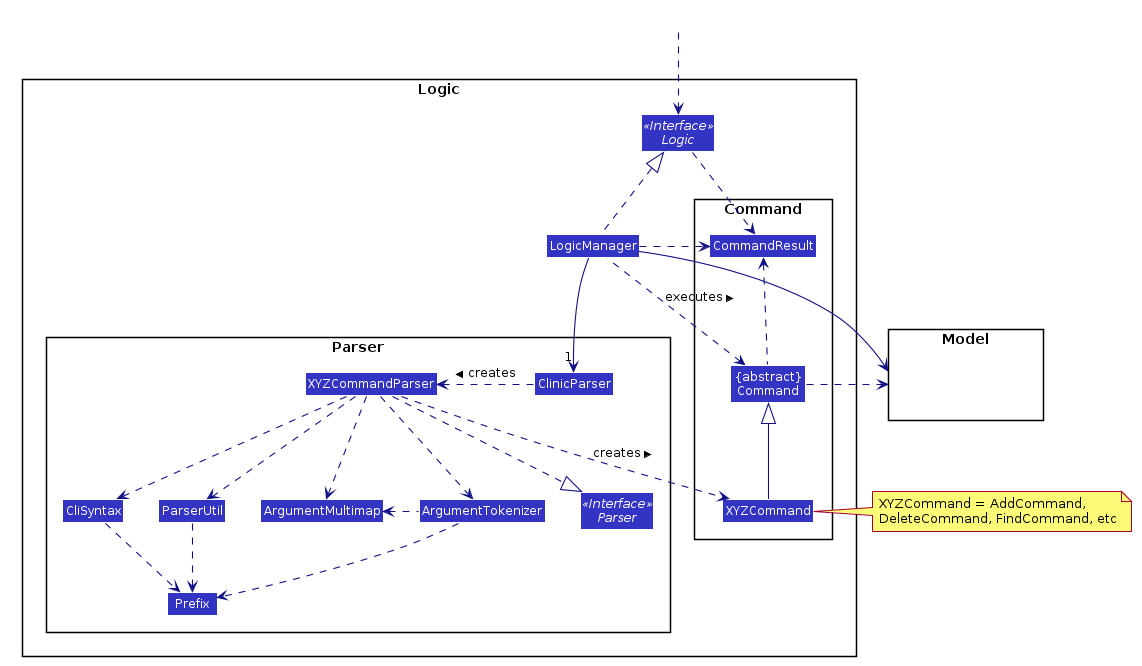
tohyuting/tp keeps this PlantUML diagram as docs/images/LogicClassDiagram.png. Above is the earlier version.
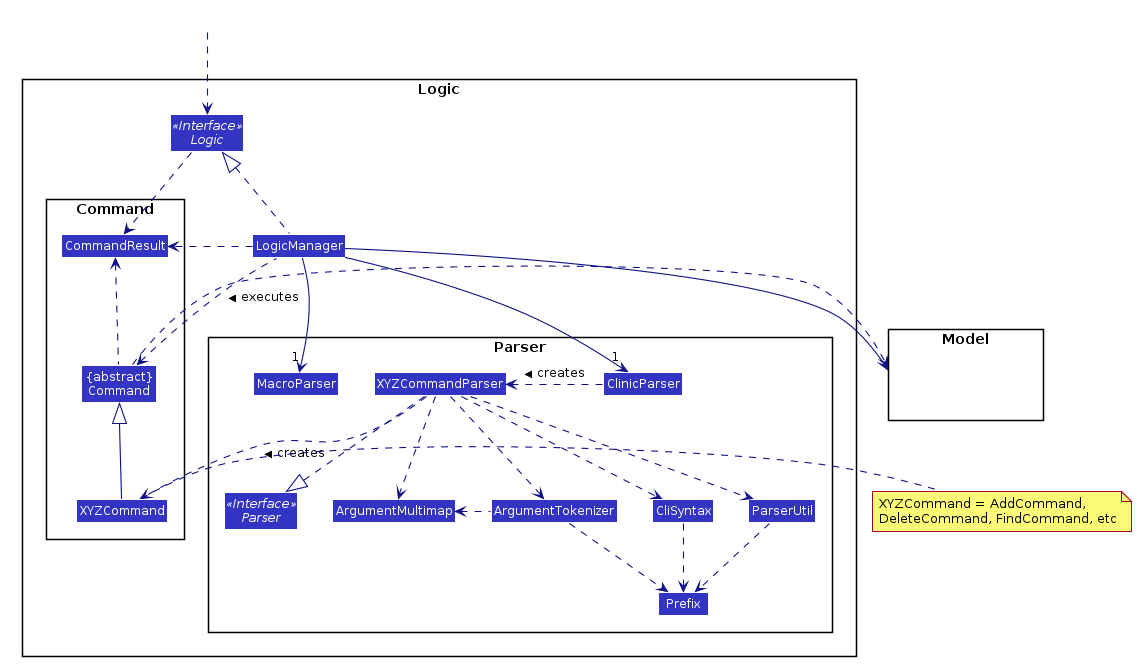
After the commit.

Commit message:
Generate PNG images for PlantUML diagrams

What changed in the source:
```diff
@@ -55,6 +55,7 @@
 
 package Parser {
 Interface Parser <<Interface>>
+Class MacroParser
 Class ClinicParser
 Class XYZCommandParser
 Class CliSyntax
@@ -82,6 +83,7 @@
 HiddenOutside ..> Logic
 
 LogicManager .up.|> Logic
+LogicManager -->"1" MacroParser
 LogicManager -->"1" ClinicParser
 ClinicParser .left.> XYZCommandParser: creates >
 
```
